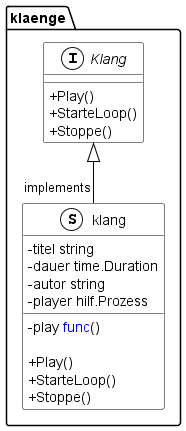
Earlier version of the PlantUML export documentation/UML/klaenge.png (Fussbroich/lwb-SWP). Source of this version:
```plantuml
@startuml
skinparam classAttributeIconSize 0
skinparam class {
BackgroundColor White
ArrowColor Black
BorderColor Black
}
namespace klaenge  {
    interface Klang << (I,White) >> {
        + Play()
        + StarteLoop()
        + Stoppe()

    }
    class klang << (S,White) >> {
        - titel string
        - dauer time.Duration
        - autor string
        - player hilf.Prozess
        - play <font color=blue>func</font>()

        + Play()
        + StarteLoop()
        + Stoppe()

    }
}

"klaenge.Klang" <|-- "implements""klaenge.klang"

@enduml
```
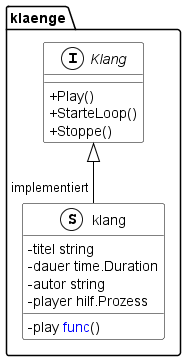
Later version of the same file.

The edit, as a diff of the source:
```diff
@@ -18,14 +18,9 @@
         - autor string
         - player hilf.Prozess
         - play <font color=blue>func</font>()
-
-        + Play()
-        + StarteLoop()
-        + Stoppe()
-
     }
 }
 
-"klaenge.Klang" <|-- "implements""klaenge.klang"
+"klaenge.Klang" <|-- "implementiert""klaenge.klang"
 
 @enduml
```
